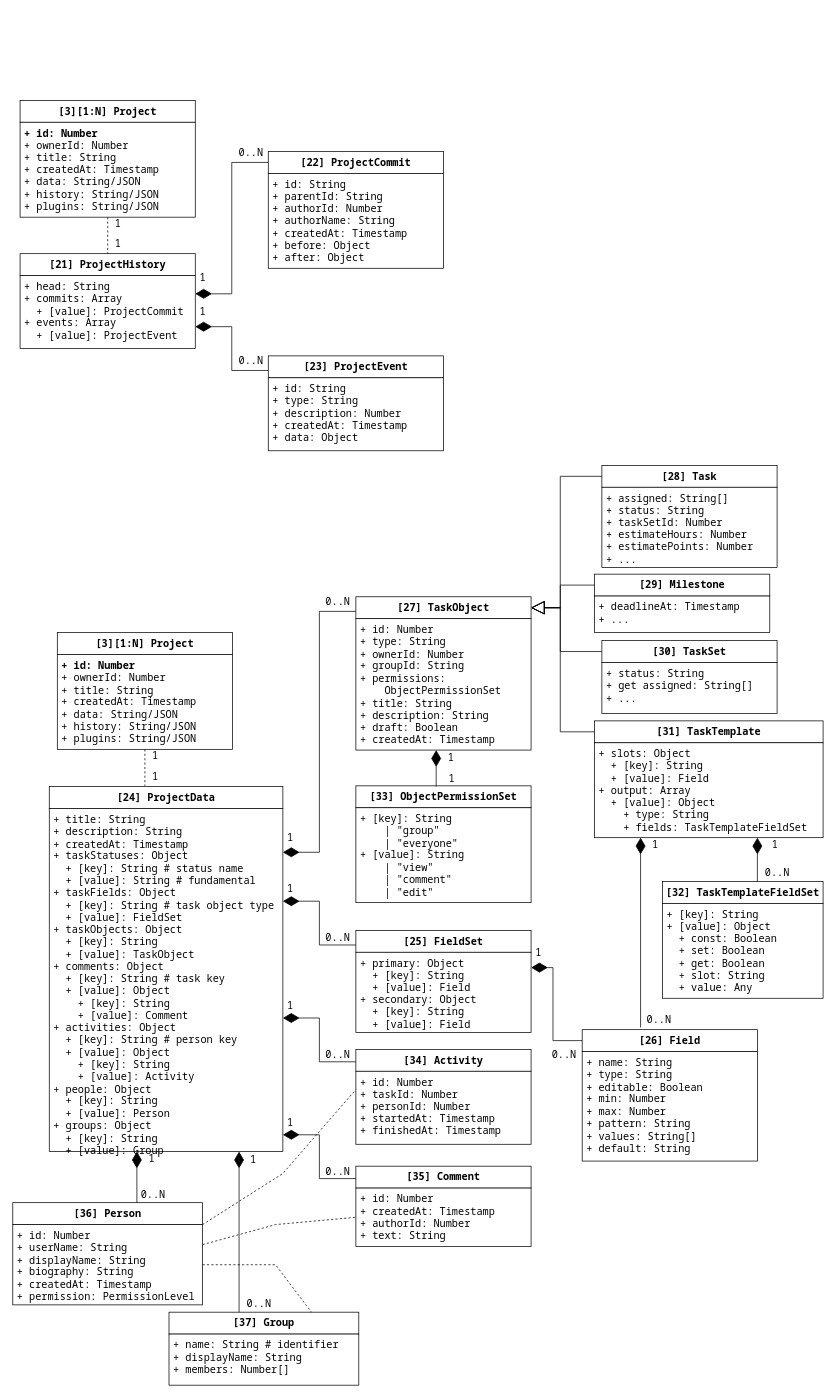
dmitriynaumov1024/proj keeps this draw.io diagram as page "Project" (3 of 3) of science-vis/datamodel.drawio. Above is the earlier version. Source tidied: cells renumbered, new cells numbered last; positions are measured from the earlier drawing's top-left corner, leaving out a move shared by most shapes. Both pictures are drawn from the tidied source at 73%, with x=0, y=0 at pixel (12, 100).
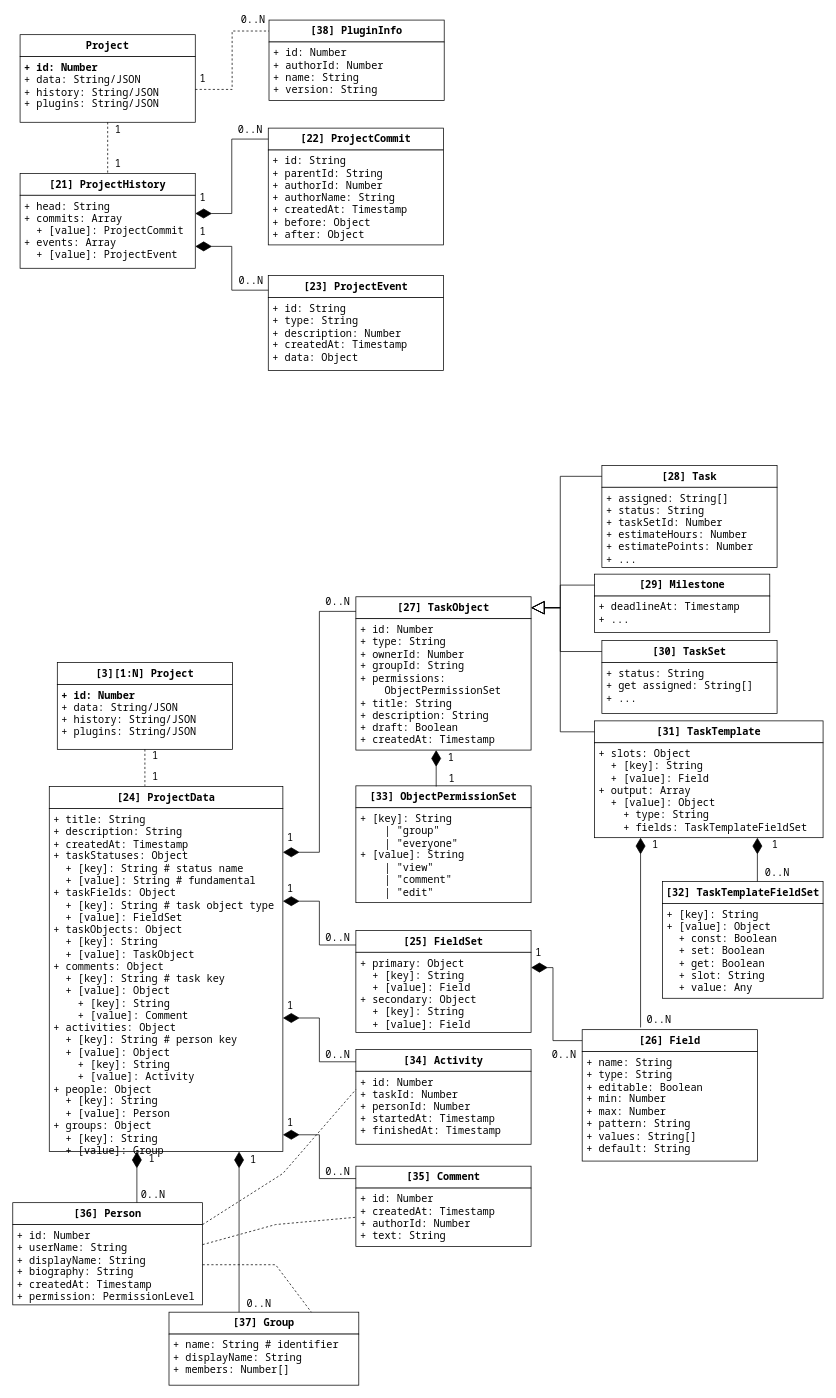
The same page after the edit.

What changed in the source:
```diff
@@
-    <mxCell id="2" value="[3][1:N] Project" style="rounded=0;whiteSpace=wrap;html=1;fontFamily=Noto Sans Mono;fontSize=14;fontStyle=1;" parent="1" vertex="1">
-      <mxGeometry x="10" width="240" height="30" as="geometry" />
+    <mxCell id="2" value="Project" style="rounded=0;whiteSpace=wrap;html=1;fontFamily=Noto Sans Mono;fontSize=14;fontStyle=1;" parent="1" vertex="1">
+      <mxGeometry x="10" y="-90" width="240" height="30" as="geometry" />
     </mxCell>
-    <mxCell id="3" value="&lt;div&gt;&lt;b&gt;+ id: Number&lt;/b&gt;&lt;/div&gt;&lt;div&gt;+ ownerId: Number&lt;/div&gt;&lt;div&gt;+ title: String&lt;/div&gt;&lt;div&gt;+ createdAt: Timestamp&lt;/div&gt;&lt;div&gt;+ data: String/JSON&lt;br&gt;+ history: String/JSON&lt;/div&gt;&lt;div&gt;+ plugins: String/JSON&lt;/div&gt;" style="rounded=0;whiteSpace=wrap;html=1;fontFamily=Noto Sans Mono;fontSize=14;align=left;verticalAlign=top;spacingLeft=4;" parent="1" vertex="1">
-      <mxGeometry x="10" y="30" width="240" height="130" as="geometry" />
+    <mxCell id="3" value="&lt;div&gt;&lt;b&gt;+ id: Number&lt;/b&gt;&lt;/div&gt;&lt;div&gt;+ data: String/JSON&lt;br&gt;+ history: String/JSON&lt;/div&gt;&lt;div&gt;+ plugins: String/JSON&lt;/div&gt;" style="rounded=0;whiteSpace=wrap;html=1;fontFamily=Noto Sans Mono;fontSize=14;align=left;verticalAlign=top;spacingLeft=4;" parent="1" vertex="1">
+      <mxGeometry x="10" y="-60" width="240" height="90" as="geometry" />
     </mxCell>
     <mxCell id="4" value="[21] ProjectHistory" style="rounded=0;whiteSpace=wrap;html=1;fontFamily=Noto Sans Mono;fontSize=14;fontStyle=1;" parent="1" vertex="1">
-      <mxGeometry x="10" y="210" width="240" height="30" as="geometry" />
+      <mxGeometry x="10" y="100" width="240" height="30" as="geometry" />
     </mxCell>
     <mxCell id="5" value="&lt;div&gt;+ head: String&lt;/div&gt;&lt;div&gt;+ commits: Array&lt;/div&gt;&lt;div&gt;&amp;nbsp; + [value]: ProjectCommit&lt;/div&gt;&lt;div&gt;+ events: Array&lt;br&gt;&amp;nbsp; + [value]: ProjectEvent&lt;/div&gt;" style="rounded=0;whiteSpace=wrap;html=1;fontFamily=Noto Sans Mono;fontSize=14;align=left;verticalAlign=top;spacingLeft=4;" parent="1" vertex="1">
-      <mxGeometry x="10" y="240" width="240" height="100" as="geometry" />
+      <mxGeometry x="10" y="130" width="240" height="100" as="geometry" />
     </mxCell>
     <mxCell id="6" style="endArrow=none;dashed=1;html=1;rounded=0;exitX=0.5;exitY=1;exitDx=0;exitDy=0;" parent="1" edge="1" source="3">
       <mxGeometry relative="1" as="geometry">
-        <mxPoint x="130" y="210" as="targetPoint" />
+        <mxPoint x="130" y="100" as="targetPoint" />
       </mxGeometry>
     </mxCell>
     <mxCell id="7" value="[22] ProjectCommit" style="rounded=0;whiteSpace=wrap;html=1;fontFamily=Noto Sans Mono;fontSize=14;fontStyle=1;" parent="1" vertex="1">
-      <mxGeometry x="350" y="70" width="240" height="30" as="geometry" />
+      <mxGeometry x="350" y="38" width="240" height="30" as="geometry" />
     </mxCell>
     <mxCell id="8" value="&lt;div&gt;+ id: String&lt;/div&gt;&lt;div&gt;+ parentId: String&lt;/div&gt;&lt;div&gt;+ authorId: Number&lt;/div&gt;&lt;div&gt;+ authorName: String&lt;/div&gt;&lt;div&gt;+ createdAt: Timestamp&lt;/div&gt;&lt;div&gt;+ before: Object&lt;/div&gt;&lt;div&gt;+ after: Object&lt;/div&gt;" style="rounded=0;whiteSpace=wrap;html=1;fontFamily=Noto Sans Mono;fontSize=14;align=left;verticalAlign=top;spacingLeft=4;" parent="1" vertex="1">
-      <mxGeometry x="350" y="100" width="240" height="130" as="geometry" />
+      <mxGeometry x="350" y="68" width="240" height="130" as="geometry" />
     </mxCell>
     <mxCell id="9" value="[23] ProjectEvent" style="rounded=0;whiteSpace=wrap;html=1;fontFamily=Noto Sans Mono;fontSize=14;fontStyle=1;" parent="1" vertex="1">
-      <mxGeometry x="350" y="350" width="240" height="30" as="geometry" />
+      <mxGeometry x="350" y="240" width="240" height="30" as="geometry" />
     </mxCell>
     <mxCell id="10" value="&lt;div&gt;+ id: String&lt;/div&gt;&lt;div&gt;+ type: String&lt;/div&gt;&lt;div&gt;+ description: Number&lt;/div&gt;&lt;div&gt;+ createdAt: Timestamp&lt;/div&gt;&lt;div&gt;+ data: Object&lt;/div&gt;" style="rounded=0;whiteSpace=wrap;html=1;fontFamily=Noto Sans Mono;fontSize=14;align=left;verticalAlign=top;spacingLeft=4;" parent="1" vertex="1">
-      <mxGeometry x="350" y="380" width="240" height="100" as="geometry" />
+      <mxGeometry x="350" y="270" width="240" height="100" as="geometry" />
     </mxCell>
     <mxCell id="11" value="&lt;font face=&quot;Noto Sans Mono&quot; style=&quot;font-size: 14px&quot;&gt;1&lt;/font&gt;" style="text;html=1;align=center;verticalAlign=middle;strokeColor=none;fillColor=none;" parent="1" vertex="1">
-      <mxGeometry x="134" y="159" width="20" height="20" as="geometry" />
+      <mxGeometry x="134" y="30" width="20" height="20" as="geometry" />
     </mxCell>
     <mxCell id="12" value="&lt;font face=&quot;Noto Sans Mono&quot; style=&quot;font-size: 14px&quot;&gt;1&lt;/font&gt;" style="text;html=1;align=center;verticalAlign=middle;strokeColor=none;fillColor=none;" parent="1" vertex="1">
-      <mxGeometry x="134" y="187" width="20" height="20" as="geometry" />
+      <mxGeometry x="134" y="77" width="20" height="20" as="geometry" />
     </mxCell>
     <mxCell id="13" style="endArrow=diamondThin;endFill=1;endSize=20;html=1;rounded=0;fontFamily=Noto Sans Mono;fontSize=14;entryX=1;entryY=0.25;entryDx=0;entryDy=0;exitX=0;exitY=0.5;exitDx=0;exitDy=0;" parent="1" edge="1" source="7" target="5">
       <mxGeometry relative="1" as="geometry">
         <Array as="points">
-          <mxPoint x="300" y="85" />
-          <mxPoint x="300" y="265" />
+          <mxPoint x="300" y="53" />
+          <mxPoint x="300" y="155" />
         </Array>
       </mxGeometry>
     </mxCell>
     <mxCell id="14" style="endArrow=diamondThin;endFill=1;endSize=20;html=1;rounded=0;fontFamily=Noto Sans Mono;fontSize=14;entryX=1;entryY=0.25;entryDx=0;entryDy=0;" parent="1" edge="1">
       <mxGeometry relative="1" as="geometry">
-        <mxPoint x="350" y="370" as="sourcePoint" />
-        <mxPoint x="250" y="310" as="targetPoint" />
+        <mxPoint x="350" y="260" as="sourcePoint" />
+        <mxPoint x="250" y="200" as="targetPoint" />
         <Array as="points">
-          <mxPoint x="300" y="370" />
-          <mxPoint x="300" y="310" />
+          <mxPoint x="300" y="260" />
+          <mxPoint x="300" y="200" />
         </Array>
       </mxGeometry>
     </mxCell>
@@
     <mxCell id="26" value="&lt;font style=&quot;font-size: 14px&quot; face=&quot;Noto Sans Mono&quot;&gt;1&lt;/font&gt;" style="text;html=1;align=center;verticalAlign=middle;strokeColor=none;fillColor=none;" parent="1" vertex="1">
-      <mxGeometry x="250" y="280" width="20" height="20" as="geometry" />
+      <mxGeometry x="250" y="170" width="20" height="20" as="geometry" />
     </mxCell>
     <mxCell id="27" value="&lt;font style=&quot;font-size: 14px&quot; face=&quot;Noto Sans Mono&quot;&gt;0..N&lt;/font&gt;" style="text;html=1;align=center;verticalAlign=middle;strokeColor=none;fillColor=none;" parent="1" vertex="1">
-      <mxGeometry x="301" y="347" width="50" height="20" as="geometry" />
+      <mxGeometry x="301" y="237" width="50" height="20" as="geometry" />
     </mxCell>
     <mxCell id="28" value="&lt;font style=&quot;font-size: 14px&quot; face=&quot;Noto Sans Mono&quot;&gt;0..N&lt;/font&gt;" style="text;html=1;align=center;verticalAlign=middle;strokeColor=none;fillColor=none;" parent="1" vertex="1">
-      <mxGeometry x="301" y="62" width="50" height="20" as="geometry" />
+      <mxGeometry x="300" y="30" width="50" height="20" as="geometry" />
     </mxCell>
     <mxCell id="29" value="&lt;font style=&quot;font-size: 14px&quot; face=&quot;Noto Sans Mono&quot;&gt;1&lt;/font&gt;" style="text;html=1;align=center;verticalAlign=middle;strokeColor=none;fillColor=none;" parent="1" vertex="1">
-      <mxGeometry x="250" y="233" width="20" height="20" as="geometry" />
+      <mxGeometry x="250" y="123" width="20" height="20" as="geometry" />
     </mxCell>
@@
     <mxCell id="84" value="[3][1:N] Project" style="rounded=0;whiteSpace=wrap;html=1;fontFamily=Noto Sans Mono;fontSize=14;fontStyle=1;" parent="1" vertex="1">
-      <mxGeometry x="61" y="729" width="240" height="30" as="geometry" />
+      <mxGeometry x="61" y="770" width="240" height="30" as="geometry" />
     </mxCell>
-    <mxCell id="85" value="&lt;div&gt;&lt;b&gt;+ id: Number&lt;/b&gt;&lt;/div&gt;&lt;div&gt;+ ownerId: Number&lt;/div&gt;&lt;div&gt;+ title: String&lt;/div&gt;&lt;div&gt;+ createdAt: Timestamp&lt;/div&gt;&lt;div&gt;+ data: String/JSON&lt;br&gt;+ history: String/JSON&lt;/div&gt;&lt;div&gt;+ plugins: String/JSON&lt;/div&gt;" style="rounded=0;whiteSpace=wrap;html=1;fontFamily=Noto Sans Mono;fontSize=14;align=left;verticalAlign=top;spacingLeft=4;" parent="1" vertex="1">
-      <mxGeometry x="61" y="759" width="240" height="130" as="geometry" />
+    <mxCell id="85" value="&lt;div&gt;&lt;b&gt;+ id: Number&lt;/b&gt;&lt;/div&gt;&lt;div&gt;&lt;span&gt;+ data: String/JSON&lt;/span&gt;&lt;br&gt;&lt;/div&gt;&lt;div&gt;+ history: String/JSON&lt;/div&gt;&lt;div&gt;+ plugins: String/JSON&lt;/div&gt;" style="rounded=0;whiteSpace=wrap;html=1;fontFamily=Noto Sans Mono;fontSize=14;align=left;verticalAlign=top;spacingLeft=4;" parent="1" vertex="1">
+      <mxGeometry x="61" y="800" width="240" height="89" as="geometry" />
     </mxCell>
@@
+    <mxCell id="89" value="[38] PluginInfo" style="rounded=0;whiteSpace=wrap;html=1;fontFamily=Noto Sans Mono;fontSize=14;fontStyle=1;" parent="1" vertex="1">
+      <mxGeometry x="351" y="-110" width="240" height="30" as="geometry" />
+    </mxCell>
+    <mxCell id="90" value="&lt;div&gt;+ id: Number&lt;/div&gt;&lt;div&gt;+ authorId: Number&lt;/div&gt;&lt;div&gt;+ name: String&amp;nbsp;&lt;/div&gt;&lt;div&gt;+ version: String&lt;/div&gt;" style="rounded=0;whiteSpace=wrap;html=1;fontFamily=Noto Sans Mono;fontSize=14;align=left;verticalAlign=top;spacingLeft=4;" parent="1" vertex="1">
+      <mxGeometry x="351" y="-80" width="240" height="80" as="geometry" />
+    </mxCell>
+    <mxCell id="91" style="endArrow=none;dashed=1;html=1;rounded=0;exitX=1;exitY=0.5;exitDx=0;exitDy=0;entryX=0;entryY=0.5;entryDx=0;entryDy=0;edgeStyle=orthogonalEdgeStyle;" parent="1" edge="1" source="3" target="89">
+      <mxGeometry relative="1" as="geometry" />
+    </mxCell>
+    <mxCell id="92" value="1" style="text;html=1;align=center;verticalAlign=middle;strokeColor=none;fillColor=none;fontFamily=Noto Sans Mono;fontSize=14;" parent="1" vertex="1">
+      <mxGeometry x="250" y="-40" width="20" height="20" as="geometry" />
+    </mxCell>
+    <mxCell id="93" value="0..N" style="text;html=1;align=center;verticalAlign=middle;strokeColor=none;fillColor=none;fontSize=14;fontFamily=Noto Sans Mono;" parent="1" vertex="1">
+      <mxGeometry x="304" y="-120" width="50" height="20" as="geometry" />
+    </mxCell>
```
